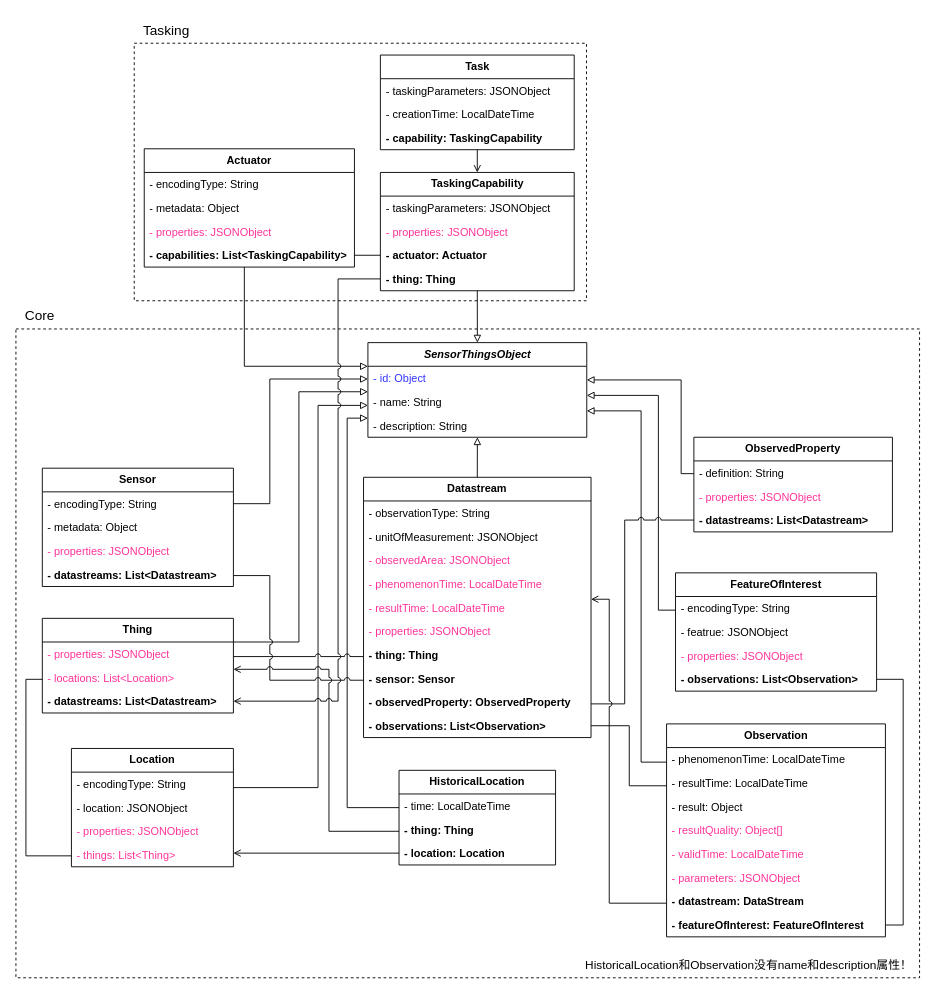
Before: page "SensorThings API模型" (1 of 7) of docs/diagrams/SensorThings API集成图示.dio in hubu-mdzhang/swmm-sensorthings, a draw.io diagram. Source tidied: cells renumbered, new cells numbered last; positions are measured from the earlier drawing's top-left corner, leaving out a move shared by most shapes. Both pictures are drawn from the tidied source at 91%, with x=0, y=0 at pixel (15, 15).
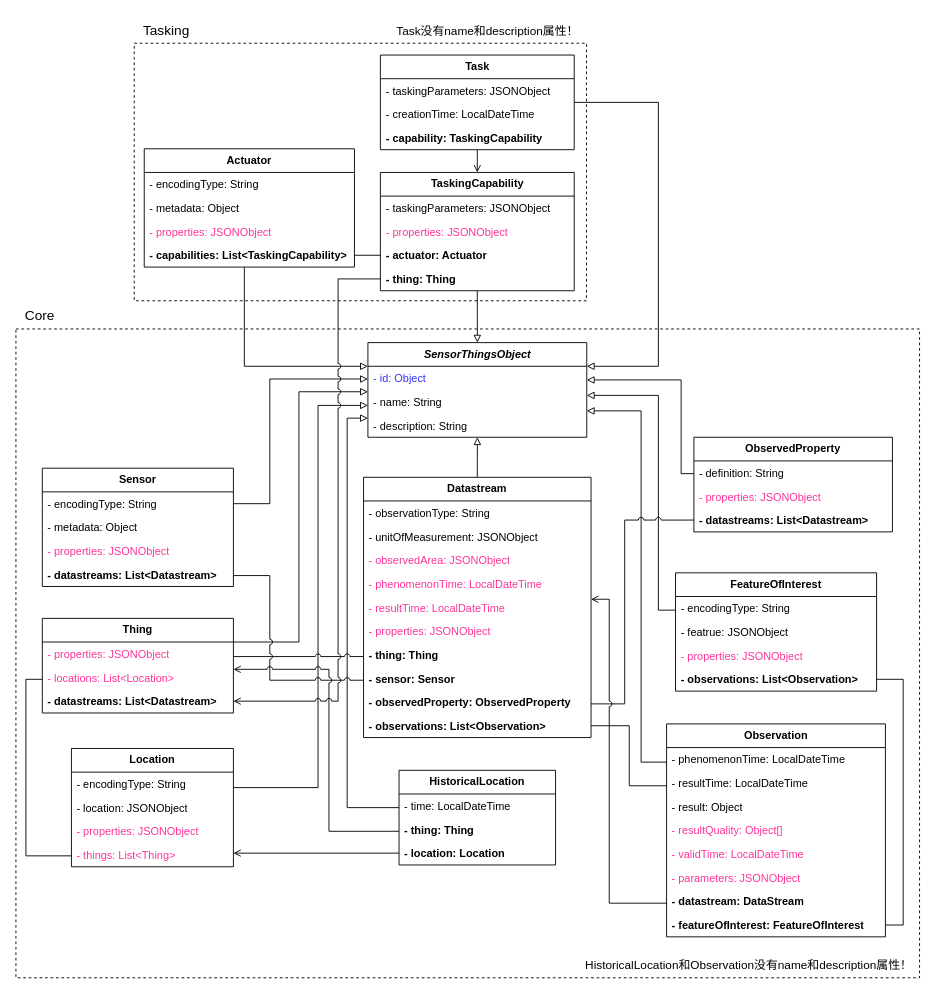
The same diagram, later.

Commit message (it also covers changes not shown here):
新增反馈控制逻辑，完善图

The change refers to these unchanged cells:
```xml
<mxCell id="59" value="SensorThingsObject" style="swimlane;fontStyle=3;horizontal=1;startSize=26;fillColor=none;whiteSpace=wrap;html=1;strokeColor=default;" parent="1" vertex="1">
  <mxGeometry x="386.8" y="359" width="240.5" height="104" as="geometry" />
</mxCell>
<mxCell id="74" value="Task" style="swimlane;fontStyle=1;horizontal=1;startSize=26;fillColor=none;whiteSpace=wrap;html=1;strokeColor=default;" parent="1" vertex="1">
  <mxGeometry x="400.5" y="43" width="213" height="104" as="geometry" />
</mxCell>
```

What changed in the source:
```diff
@@
+    <mxCell id="94" style="edgeStyle=orthogonalEdgeStyle;rounded=0;jettySize=auto;html=1;endArrow=block;endFill=0;" parent="1" edge="1" source="74" target="59">
+      <mxGeometry relative="1" as="geometry">
+        <Array as="points">
+          <mxPoint x="706" y="95" />
+          <mxPoint x="706" y="385" />
+        </Array>
+      </mxGeometry>
+    </mxCell>
@@
+    <mxCell id="95" value="Task没有name和description属性！" style="text;html=1;align=center;verticalAlign=middle;strokeColor=none;fillColor=none;fontSize=13;" parent="1" vertex="1">
+      <mxGeometry x="409.2" y="2" width="218" height="28" as="geometry" />
+    </mxCell>
```
